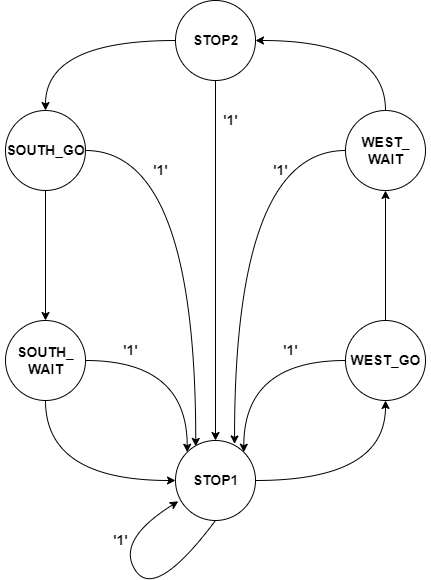
The draw.io diagram labs/08-traffic_lights/images/diagram.png in Marxs31/digital-electronics-1, before a commit. Source tidied: cells renumbered, new cells last; positions are measured from the earlier drawing's top-left corner, leaving out a move shared by most shapes.
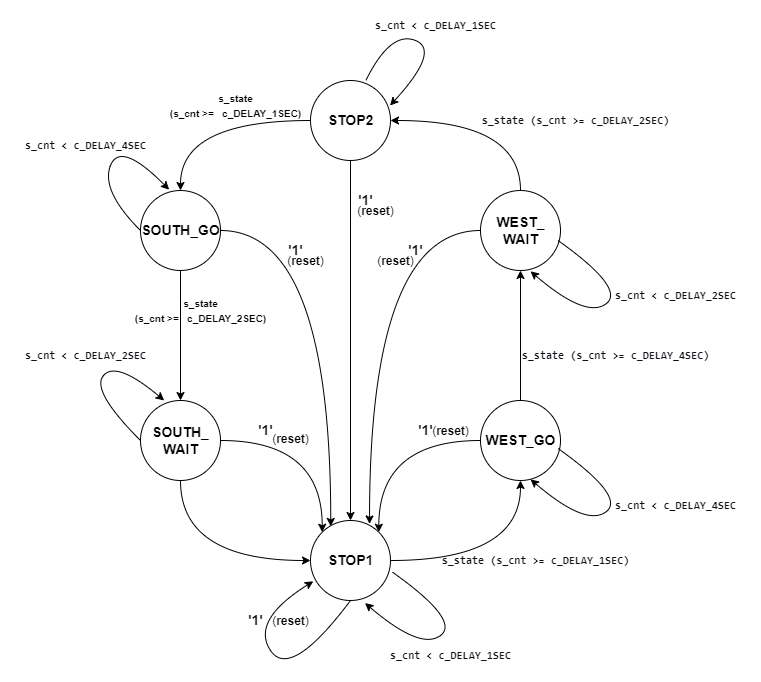
After the change.

Diff of the diagram source:
```diff
@@ -97,5 +97,109 @@
     <mxCell id="31" value="&lt;b&gt;'1'&lt;/b&gt;" style="text;html=1;align=center;verticalAlign=middle;strokeColor=none;fillColor=none;fontSize=14;" parent="1" vertex="1">
       <mxGeometry x="105" y="530" width="30" height="20" as="geometry" />
     </mxCell>
+    <mxCell id="32" value="&lt;font style=&quot;font-size: 12px&quot;&gt;(&lt;b&gt;reset&lt;/b&gt;)&lt;/font&gt;" style="text;html=1;align=center;verticalAlign=middle;strokeColor=none;fillColor=none;fontSize=14;" parent="1" vertex="1">
+      <mxGeometry x="145" y="170" width="50" height="20" as="geometry" />
+    </mxCell>
+    <mxCell id="33" value="&lt;font style=&quot;font-size: 12px&quot;&gt;(&lt;b&gt;reset&lt;/b&gt;)&lt;/font&gt;" style="text;html=1;align=center;verticalAlign=middle;strokeColor=none;fillColor=none;fontSize=14;" parent="1" vertex="1">
+      <mxGeometry x="215" y="120" width="50" height="20" as="geometry" />
+    </mxCell>
+    <mxCell id="34" value="&lt;font style=&quot;font-size: 12px&quot;&gt;(&lt;b&gt;reset&lt;/b&gt;)&lt;/font&gt;" style="text;html=1;align=center;verticalAlign=middle;strokeColor=none;fillColor=none;fontSize=14;" parent="1" vertex="1">
+      <mxGeometry x="235" y="170" width="50" height="20" as="geometry" />
+    </mxCell>
+    <mxCell id="35" value="&lt;font style=&quot;font-size: 12px&quot;&gt;(&lt;b&gt;reset&lt;/b&gt;)&lt;/font&gt;" style="text;html=1;align=center;verticalAlign=middle;strokeColor=none;fillColor=none;fontSize=14;" parent="1" vertex="1">
+      <mxGeometry x="130" y="348" width="50" height="20" as="geometry" />
+    </mxCell>
+    <mxCell id="36" value="&lt;font style=&quot;font-size: 12px&quot;&gt;(&lt;b&gt;reset&lt;/b&gt;)&lt;/font&gt;" style="text;html=1;align=center;verticalAlign=middle;strokeColor=none;fillColor=none;fontSize=14;" parent="1" vertex="1">
+      <mxGeometry x="290" y="340" width="50" height="20" as="geometry" />
+    </mxCell>
+    <mxCell id="37" value="&lt;font style=&quot;font-size: 12px&quot;&gt;(&lt;b&gt;reset&lt;/b&gt;)&lt;/font&gt;" style="text;html=1;align=center;verticalAlign=middle;strokeColor=none;fillColor=none;fontSize=14;" parent="1" vertex="1">
+      <mxGeometry x="130" y="530" width="50" height="20" as="geometry" />
+    </mxCell>
+    <mxCell id="38" style="curved=1;endArrow=classic;html=1;rounded=0;fontSize=12;exitX=1.025;exitY=0.646;exitDx=0;exitDy=0;exitPerimeter=0;entryX=0.681;entryY=1.031;entryDx=0;entryDy=0;entryPerimeter=0;" parent="1" edge="1" source="15" target="15">
+      <mxGeometry relative="1" as="geometry">
+        <Array as="points">
+          <mxPoint x="325" y="540" />
+          <mxPoint x="285" y="570" />
+        </Array>
+      </mxGeometry>
+    </mxCell>
+    <mxCell id="39" style="curved=1;endArrow=classic;html=1;rounded=0;fontSize=12;exitX=1.025;exitY=0.646;exitDx=0;exitDy=0;exitPerimeter=0;entryX=0.681;entryY=1.031;entryDx=0;entryDy=0;entryPerimeter=0;" parent="1" edge="1">
+      <mxGeometry relative="1" as="geometry">
+        <mxPoint x="422.5" y="368" as="sourcePoint" />
+        <mxPoint x="395" y="398.8" as="targetPoint" />
+        <Array as="points">
+          <mxPoint x="490.5" y="416.3" />
+          <mxPoint x="450.5" y="446.3" />
+        </Array>
+      </mxGeometry>
+    </mxCell>
+    <mxCell id="40" style="curved=1;endArrow=classic;html=1;rounded=0;fontSize=12;exitX=1.025;exitY=0.646;exitDx=0;exitDy=0;exitPerimeter=0;entryX=0.681;entryY=1.031;entryDx=0;entryDy=0;entryPerimeter=0;" parent="1" edge="1">
+      <mxGeometry relative="1" as="geometry">
+        <mxPoint x="422.5" y="160" as="sourcePoint" />
+        <mxPoint x="395" y="190.8" as="targetPoint" />
+        <Array as="points">
+          <mxPoint x="490.5" y="208.3" />
+          <mxPoint x="450.5" y="238.3" />
+        </Array>
+      </mxGeometry>
+    </mxCell>
+    <mxCell id="41" style="curved=1;endArrow=classic;html=1;rounded=0;fontSize=12;exitX=0;exitY=0.5;exitDx=0;exitDy=0;entryX=0.296;entryY=0;entryDx=0;entryDy=0;entryPerimeter=0;" parent="1" edge="1" source="18" target="18">
+      <mxGeometry relative="1" as="geometry">
+        <Array as="points">
+          <mxPoint x="-45" y="310" />
+          <mxPoint x="-19" y="280" />
+        </Array>
+      </mxGeometry>
+    </mxCell>
+    <mxCell id="42" style="curved=1;endArrow=classic;html=1;rounded=0;fontSize=12;entryX=0.358;entryY=-0.01;entryDx=0;entryDy=0;entryPerimeter=0;" parent="1" edge="1" target="4">
+      <mxGeometry relative="1" as="geometry">
+        <mxPoint x="5" y="150" as="sourcePoint" />
+        <Array as="points">
+          <mxPoint x="-35" y="110" />
+          <mxPoint x="-15" y="60" />
+        </Array>
+      </mxGeometry>
+    </mxCell>
+    <mxCell id="43" style="curved=1;endArrow=classic;html=1;rounded=0;fontSize=12;exitX=0.692;exitY=0;exitDx=0;exitDy=0;entryX=0.994;entryY=0.313;entryDx=0;entryDy=0;entryPerimeter=0;exitPerimeter=0;" parent="1" edge="1" source="10" target="10">
+      <mxGeometry relative="1" as="geometry">
+        <Array as="points">
+          <mxPoint x="255" y="-50" />
+          <mxPoint x="305" y="-30" />
+        </Array>
+      </mxGeometry>
+    </mxCell>
+    <mxCell id="44" value="&lt;pre style=&quot;box-sizing: border-box ; margin-top: 0px ; margin-bottom: 0px ; overflow-wrap: normal ; padding: 16px ; overflow: auto ; line-height: 1.45 ; border-radius: 6px ; word-break: normal ; color: rgb(14 , 17 , 22) ; text-align: left ; font-size: 11px&quot;&gt;&lt;b&gt;s_cnt &lt;span class=&quot;pl-k&quot; style=&quot;box-sizing: border-box&quot;&gt;&amp;lt;&lt;/span&gt; c_DELAY_1SEC&lt;/b&gt;&lt;/pre&gt;" style="text;html=1;align=center;verticalAlign=middle;strokeColor=none;fillColor=none;fontSize=12;" parent="1" vertex="1">
+      <mxGeometry x="230" y="550" width="170" height="50" as="geometry" />
+    </mxCell>
+    <mxCell id="45" value="&lt;pre style=&quot;box-sizing: border-box ; margin-top: 0px ; margin-bottom: 0px ; overflow-wrap: normal ; padding: 16px ; overflow: auto ; line-height: 1.45 ; border-radius: 6px ; word-break: normal ; color: rgb(14 , 17 , 22) ; text-align: left ; font-size: 11px&quot;&gt;&lt;b&gt;s_state (s_cnt &amp;gt;= c_DELAY_1SEC)&lt;/b&gt;&lt;/pre&gt;" style="text;html=1;align=center;verticalAlign=middle;strokeColor=none;fillColor=none;fontSize=12;" parent="1" vertex="1">
+      <mxGeometry x="285" y="455" width="230" height="50" as="geometry" />
+    </mxCell>
+    <mxCell id="46" value="&lt;pre style=&quot;box-sizing: border-box ; margin-top: 0px ; margin-bottom: 0px ; overflow-wrap: normal ; padding: 16px ; overflow: auto ; line-height: 1.45 ; border-radius: 6px ; word-break: normal ; color: rgb(14 , 17 , 22) ; text-align: left ; font-size: 11px&quot;&gt;&lt;b&gt;s_cnt &lt;span class=&quot;pl-k&quot; style=&quot;box-sizing: border-box&quot;&gt;&amp;lt;&lt;/span&gt; c_DELAY_4SEC&lt;/b&gt;&lt;/pre&gt;" style="text;html=1;align=center;verticalAlign=middle;strokeColor=none;fillColor=none;fontSize=12;" parent="1" vertex="1">
+      <mxGeometry x="455" y="400" width="170" height="50" as="geometry" />
+    </mxCell>
+    <mxCell id="47" value="&lt;pre style=&quot;box-sizing: border-box ; margin-top: 0px ; margin-bottom: 0px ; overflow-wrap: normal ; padding: 16px ; overflow: auto ; line-height: 1.45 ; border-radius: 6px ; word-break: normal ; color: rgb(14 , 17 , 22) ; text-align: left ; font-size: 11px&quot;&gt;&lt;b&gt;s_cnt &lt;span class=&quot;pl-k&quot; style=&quot;box-sizing: border-box&quot;&gt;&amp;lt;&lt;/span&gt; c_DELAY_2SEC&lt;/b&gt;&lt;/pre&gt;" style="text;html=1;align=center;verticalAlign=middle;strokeColor=none;fillColor=none;fontSize=12;" parent="1" vertex="1">
+      <mxGeometry x="455" y="190" width="170" height="50" as="geometry" />
+    </mxCell>
+    <mxCell id="48" value="&lt;pre style=&quot;box-sizing: border-box ; margin-top: 0px ; margin-bottom: 0px ; overflow-wrap: normal ; padding: 16px ; overflow: auto ; line-height: 1.45 ; border-radius: 6px ; word-break: normal ; color: rgb(14 , 17 , 22) ; text-align: left ; font-size: 11px&quot;&gt;&lt;b&gt;s_cnt &lt;span class=&quot;pl-k&quot; style=&quot;box-sizing: border-box&quot;&gt;&amp;lt;&lt;/span&gt; c_DELAY_2SEC&lt;/b&gt;&lt;/pre&gt;" style="text;html=1;align=center;verticalAlign=middle;strokeColor=none;fillColor=none;fontSize=12;" parent="1" vertex="1">
+      <mxGeometry x="-135" y="250" width="170" height="50" as="geometry" />
+    </mxCell>
+    <mxCell id="49" value="&lt;pre style=&quot;box-sizing: border-box ; margin-top: 0px ; margin-bottom: 0px ; overflow-wrap: normal ; padding: 16px ; overflow: auto ; line-height: 1.45 ; border-radius: 6px ; word-break: normal ; color: rgb(14 , 17 , 22) ; text-align: left ; font-size: 11px&quot;&gt;&lt;b&gt;s_cnt &lt;span class=&quot;pl-k&quot; style=&quot;box-sizing: border-box&quot;&gt;&amp;lt;&lt;/span&gt; c_DELAY_4SEC&lt;/b&gt;&lt;/pre&gt;" style="text;html=1;align=center;verticalAlign=middle;strokeColor=none;fillColor=none;fontSize=12;" parent="1" vertex="1">
+      <mxGeometry x="-135" y="40" width="170" height="50" as="geometry" />
+    </mxCell>
+    <mxCell id="50" value="&lt;pre style=&quot;box-sizing: border-box ; margin-top: 0px ; margin-bottom: 0px ; overflow-wrap: normal ; padding: 16px ; overflow: auto ; line-height: 1.45 ; border-radius: 6px ; word-break: normal ; color: rgb(14 , 17 , 22) ; text-align: left ; font-size: 11px&quot;&gt;&lt;b&gt;s_cnt &lt;span class=&quot;pl-k&quot; style=&quot;box-sizing: border-box&quot;&gt;&amp;lt;&lt;/span&gt; c_DELAY_1SEC&lt;/b&gt;&lt;/pre&gt;" style="text;html=1;align=center;verticalAlign=middle;strokeColor=none;fillColor=none;fontSize=12;" parent="1" vertex="1">
+      <mxGeometry x="215" y="-80" width="170" height="50" as="geometry" />
+    </mxCell>
+    <mxCell id="51" value="&lt;pre style=&quot;box-sizing: border-box ; margin-top: 0px ; margin-bottom: 0px ; overflow-wrap: normal ; padding: 16px ; overflow: auto ; line-height: 1.45 ; border-radius: 6px ; word-break: normal ; color: rgb(14 , 17 , 22) ; text-align: left ; font-size: 11px&quot;&gt;&lt;b&gt;s_state (s_cnt &amp;gt;= c_DELAY_4SEC)&lt;/b&gt;&lt;/pre&gt;" style="text;html=1;align=center;verticalAlign=middle;strokeColor=none;fillColor=none;fontSize=12;" parent="1" vertex="1">
+      <mxGeometry x="365" y="250" width="230" height="50" as="geometry" />
+    </mxCell>
+    <mxCell id="52" value="&lt;pre style=&quot;box-sizing: border-box ; margin-top: 0px ; margin-bottom: 0px ; overflow-wrap: normal ; padding: 16px ; overflow: auto ; line-height: 1.45 ; border-radius: 6px ; word-break: normal ; color: rgb(14 , 17 , 22) ; text-align: left ; font-size: 11px&quot;&gt;&lt;b&gt;s_state (s_cnt &amp;gt;= c_DELAY_2SEC)&lt;/b&gt;&lt;/pre&gt;" style="text;html=1;align=center;verticalAlign=middle;strokeColor=none;fillColor=none;fontSize=12;" parent="1" vertex="1">
+      <mxGeometry x="325" y="15" width="230" height="50" as="geometry" />
+    </mxCell>
+    <mxCell id="53" value="&lt;b style=&quot;font-size: 10px&quot;&gt;s_state&lt;br&gt;(s_cnt &amp;gt;=&amp;nbsp; &amp;nbsp;c_DELAY_2SEC)&lt;br&gt;&lt;/b&gt;" style="text;html=1;align=center;verticalAlign=middle;strokeColor=none;fillColor=none;fontSize=12;" parent="1" vertex="1">
+      <mxGeometry x="-10" y="210" width="150" height="40" as="geometry" />
+    </mxCell>
+    <mxCell id="54" value="&lt;b style=&quot;font-size: 10px&quot;&gt;s_state&lt;br&gt;(s_cnt &amp;gt;=&amp;nbsp; &amp;nbsp;c_DELAY_1SEC)&lt;br&gt;&lt;/b&gt;" style="text;html=1;align=center;verticalAlign=middle;strokeColor=none;fillColor=none;fontSize=12;" parent="1" vertex="1">
+      <mxGeometry x="25" y="5" width="150" height="40" as="geometry" />
+    </mxCell>
   </root>
 </mxGraphModel>
```
